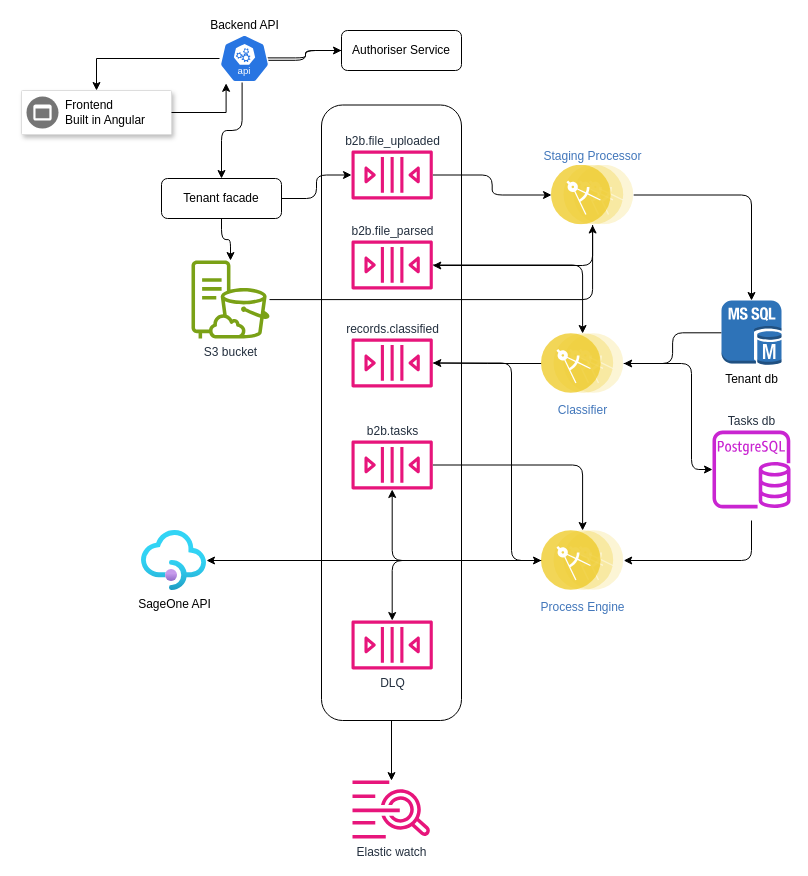
This is new.instant.retail.drawio from mugabira/Sovtech-Frontend, a draw.io file, before an edit. Source tidied: cells renumbered, new cells numbered last; positions are measured from the earlier drawing's top-left corner, leaving out a move shared by most shapes. Both pictures are drawn from the tidied source at 100%, with x=0, y=0 at pixel (21, 30).
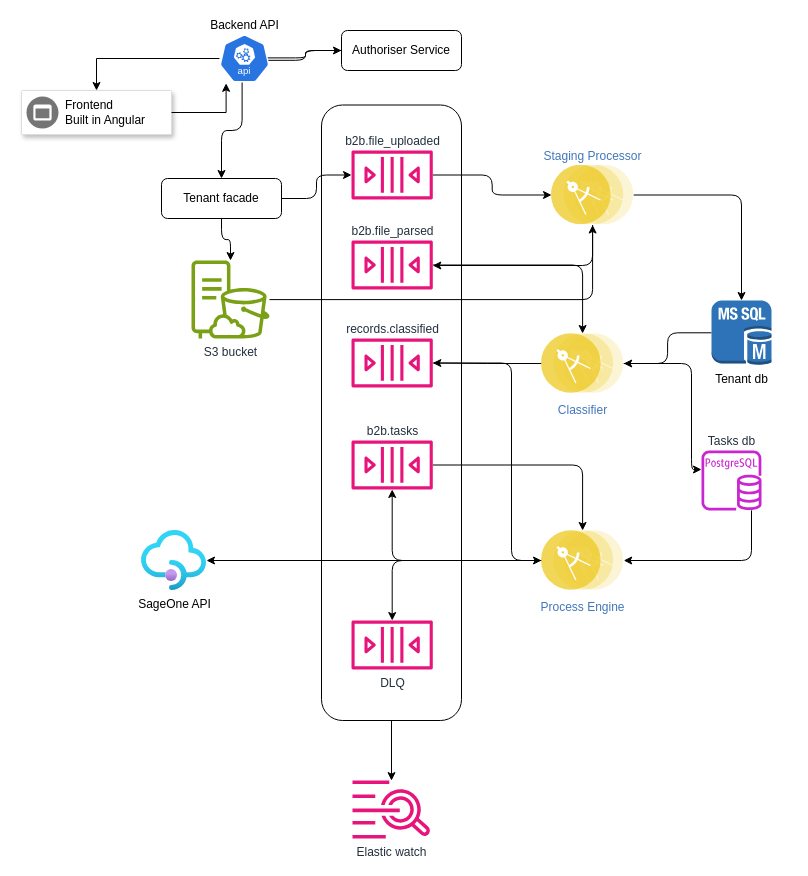
After the change.

Unchanged cells that the change refers to:
```xml
<mxCell id="31" value="Process Engine" style="image;perimeter=ellipsePerimeter;html=1;align=center;shadow=0;dashed=0;fontColor=#4277BB;labelBackgroundColor=default;fontSize=12;spacingTop=3;image=img/lib/ibm/applications/microservice.svg;" parent="1" vertex="1">
  <mxGeometry x="520" y="500" width="82.2" height="60" as="geometry" />
</mxCell>
```

The edit, as a diff of the source:
```diff
@@
-    <mxCell id="32" style="edgeStyle=orthogonalEdgeStyle;rounded=1;jettySize=auto;html=1;curved=0;" parent="1" edge="1" target="31">
+    <mxCell id="32" style="edgeStyle=orthogonalEdgeStyle;rounded=1;jettySize=auto;html=1;curved=0;" parent="1" edge="1" source="39" target="31">
       <mxGeometry relative="1" as="geometry">
-        <mxPoint x="730" y="490" as="sourcePoint" />
         <Array as="points">
           <mxPoint x="730" y="530" />
         </Array>
       </mxGeometry>
     </mxCell>
@@
     <mxCell id="38" value="Tenant db" style="outlineConnect=0;dashed=0;verticalLabelPosition=bottom;verticalAlign=top;align=center;html=1;shape=mxgraph.aws3.ms_sql_instance;fillColor=#2E73B8;gradientColor=none;" parent="1" vertex="1">
-      <mxGeometry x="700" y="270" width="60" height="64.5" as="geometry" />
+      <mxGeometry x="690" y="270" width="60" height="64.5" as="geometry" />
     </mxCell>
     <mxCell id="39" value="Tasks db" style="sketch=0;outlineConnect=0;fontColor=#232F3E;gradientColor=none;fillColor=#C925D1;strokeColor=none;dashed=0;verticalLabelPosition=top;verticalAlign=bottom;align=center;html=1;fontSize=12;fontStyle=0;shape=mxgraph.aws4.rds_postgresql_instance;labelPosition=center;" parent="1" vertex="1">
-      <mxGeometry x="691" y="400" width="78" height="78" as="geometry" />
+      <mxGeometry x="680" y="420" width="60" height="60" as="geometry" />
     </mxCell>
```
